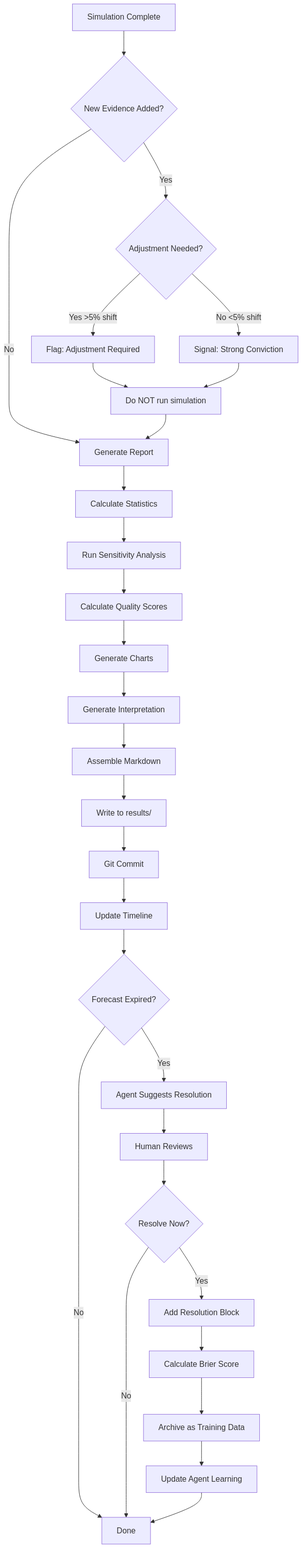
Before: rendered_output/charts/diagram-0.png, a diagram exported from Mermaid (Replicant-Partners/fermi). Its source is kept beside it as rendered_output/charts/diagram-0.mmd.
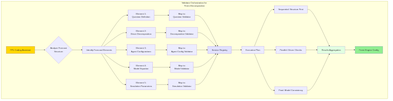
Later version of the same file.

Diff of the diagram source:
```diff
@@ -20,39 +20,43 @@
       'fontSize': '14px'
     }
   }
-}%%flowchart TD
-    A[Simulation Complete] --> B{New Evidence Added?}
-    B -->|Yes| C{Adjustment Needed?}
-    B -->|No| D[Generate Report]
+}%%graph TB
+    subgraph "Validator Orchestration for Fermi Decomposition"
+        A[FPL Coding Assistant] --> B{Analyze Forecast<br/>Structure}
 
-    C -->|Yes >5% shift| E[Flag: Adjustment Required]
-    C -->|No <5% shift| F[Signal: Strong Conviction]
+        B --> C[Identify Forecast Elements]
 
-    E --> G[Do NOT run simulation]
-    F --> G
+        C --> D[Element 1:<br/>Question Definition]
+        C --> E[Element 2:<br/>Driver Decomposition]
+        C --> F[Element 3:<br/>Agent Configurations]
+        C --> G[Element 4:<br/>Model Equation]
+        C --> H[Element 5:<br/>Simulation Parameters]
 
-    G --> D
+        D --> I[Map to:<br/>Question Validator]
+        E --> J[Map to:<br/>Decomposition Validator]
+        F --> K[Map to:<br/>Agent Config Validator]
+        G --> L[Map to:<br/>Model Validator]
+        H --> M[Map to:<br/>Simulation Validator]
 
-    D --> H[Calculate Statistics]
-    H --> I[Run Sensitivity Analysis]
-    I --> J[Calculate Quality Scores]
-    J --> K[Generate Charts]
-    K --> L[Generate Interpretation]
-    L --> M[Assemble Markdown]
-    M --> N[Write to results/]
-    N --> O[Git Commit]
-    O --> P[Update Timeline]
+        I --> N[Service Registry]
+        J --> N
+        K --> N
+        L --> N
+        M --> N
 
-    P --> Q{Forecast Expired?}
-    Q -->|Yes| R[Agent Suggests Resolution]
-    Q -->|No| S[Done]
+        N --> O[Execution Plan]
+        O --> P[Sequential: Structure First]
+        O --> Q[Parallel: Driver Checks]
+        O --> R[Final: Model Consistency]
 
-    R --> T[Human Reviews]
-    T --> U{Resolve Now?}
-    U -->|Yes| V[Add Resolution Block]
-    U -->|No| S
+        P --> S[Results Aggregation]
+        Q --> S
+        R --> S
 
-    V --> W[Calculate Brier Score]
-    W --> X[Archive as Training Data]
-    X --> Y[Update Agent Learning]
-    Y --> S
+        S --> T[Fermi Engine Config]
+    end
+
+    style A fill:#ffd700
+    style N fill:#e1e1ff
+    style S fill:#e1ffe1
+    style T fill:#90ee90
```
